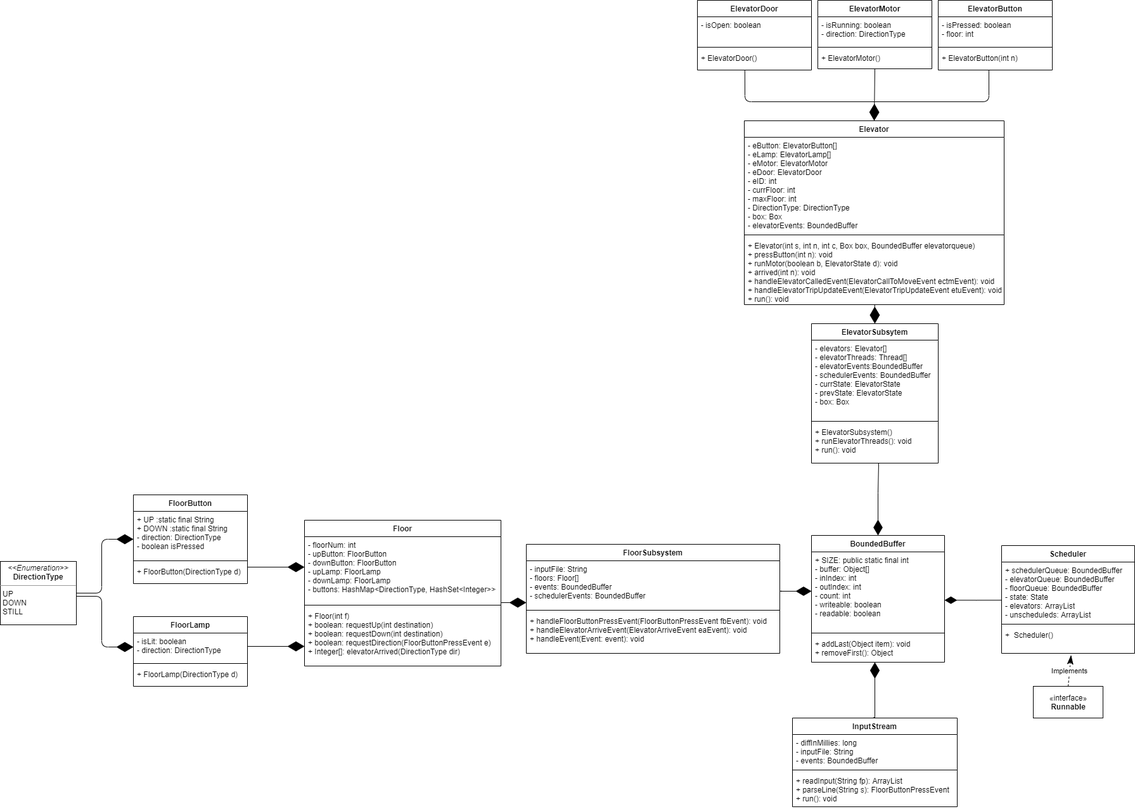
This is UML Diagrams/UML_Object_Diagram.png from martindmtrv/elevator-project, a draw.io export, as it was before one commit. Source tidied: cells renumbered, new cells last; positions are measured from the earlier drawing's top-left corner, leaving out a move shared by most shapes.
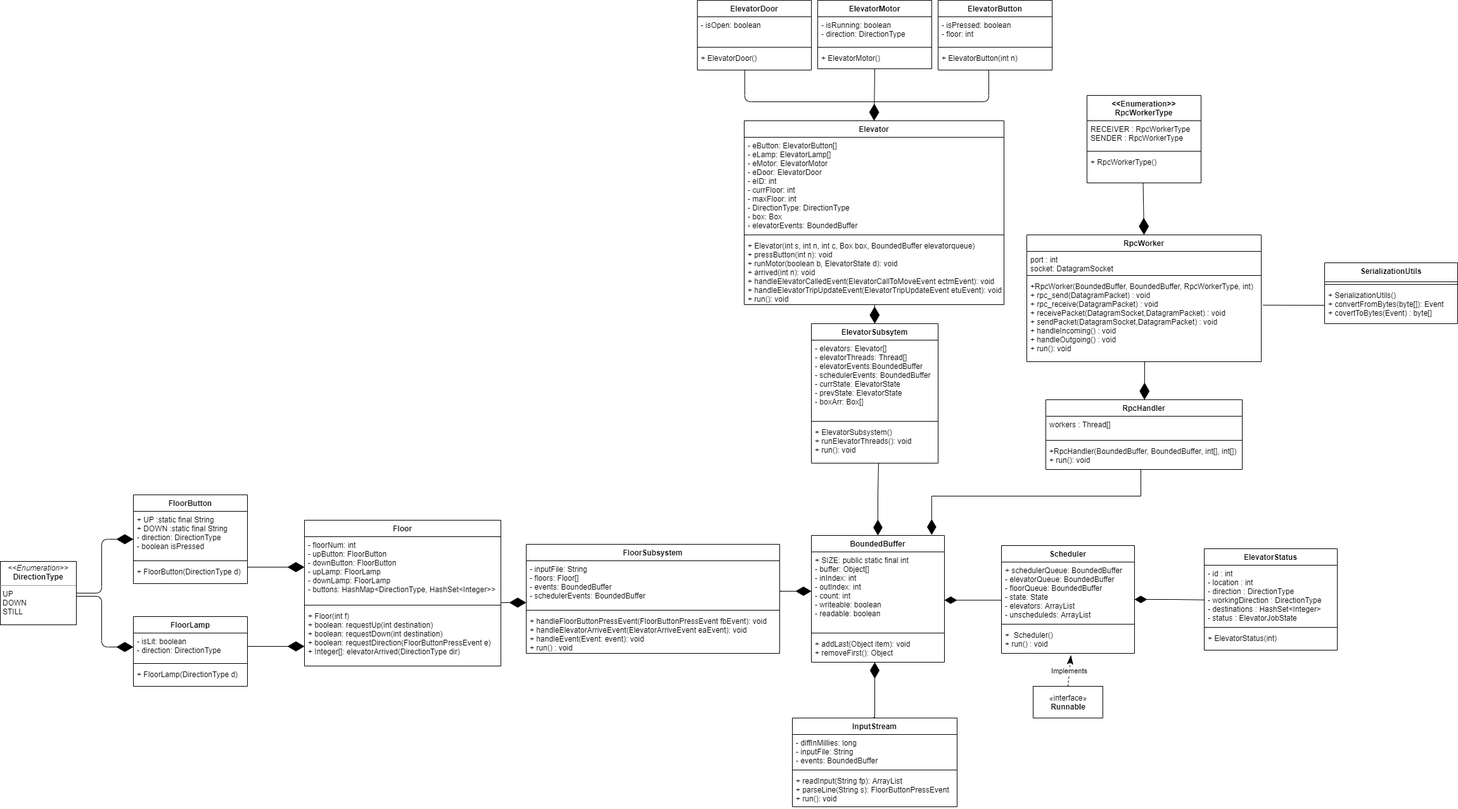
Above is the later version.

Commit message:
UML Class diagram

Change to the diagram source:
```diff
@@ -98,7 +98,7 @@
     <mxCell id="33" style="line;strokeWidth=1;fillColor=none;align=left;verticalAlign=middle;spacingTop=-1;spacingLeft=3;spacingRight=3;labelPosition=right;" parent="31" vertex="1">
       <mxGeometry y="120" width="210" height="8" as="geometry" />
     </mxCell>
-    <mxCell id="34" value="+  Scheduler()" style="text;strokeColor=none;fillColor=none;align=left;verticalAlign=top;spacingLeft=4;spacingRight=4;overflow=hidden;points=[[0,0.5],[1,0.5]];portConstraint=eastwest;" parent="31" vertex="1">
+    <mxCell id="34" value="+  Scheduler()&#10;+ run() : void" style="text;strokeColor=none;fillColor=none;align=left;verticalAlign=top;spacingLeft=4;spacingRight=4;overflow=hidden;points=[[0,0.5],[1,0.5]];portConstraint=eastwest;" parent="31" vertex="1">
       <mxGeometry y="128" width="210" height="42" as="geometry" />
     </mxCell>
     <mxCell id="35" value="«interface»&lt;br&gt;&lt;b&gt;Runnable&lt;/b&gt;" style="html=1;" parent="1" vertex="1">
@@ -178,7 +178,7 @@
     <mxCell id="50" value="ElevatorSubsytem" style="swimlane;fontStyle=1;align=center;verticalAlign=top;horizontal=1;startSize=26;" parent="1" vertex="1">
       <mxGeometry x="1280" y="510" width="200" height="220" as="geometry" />
     </mxCell>
-    <mxCell id="51" value="- elevators: Elevator[]&#10;- elevatorThreads: Thread[]&#10;- elevatorEvents:BoundedBuffer&#10;- schedulerEvents: BoundedBuffer&#10;- currState: ElevatorState&#10;- prevState: ElevatorState&#10;- box: Box" style="text;strokeColor=none;fillColor=none;align=left;verticalAlign=top;spacingLeft=4;spacingRight=4;overflow=hidden;" parent="50" vertex="1">
+    <mxCell id="51" value="- elevators: Elevator[]&#10;- elevatorThreads: Thread[]&#10;- elevatorEvents:BoundedBuffer&#10;- schedulerEvents: BoundedBuffer&#10;- currState: ElevatorState&#10;- prevState: ElevatorState&#10;- boxArr: Box[]" style="text;strokeColor=none;fillColor=none;align=left;verticalAlign=top;spacingLeft=4;spacingRight=4;overflow=hidden;" parent="50" vertex="1">
       <mxGeometry y="26" width="200" height="124" as="geometry" />
     </mxCell>
     <mxCell id="52" style="line;strokeWidth=1;fillColor=none;align=left;verticalAlign=middle;spacingTop=-1;spacingLeft=3;spacingRight=3;labelPosition=right;" parent="50" vertex="1">
@@ -202,7 +202,7 @@
     <mxCell id="57" style="line;strokeWidth=1;fillColor=none;align=left;verticalAlign=middle;spacingTop=-1;spacingLeft=3;spacingRight=3;labelPosition=right;" parent="54" vertex="1">
       <mxGeometry y="100" width="400" height="8" as="geometry" />
     </mxCell>
-    <mxCell id="58" value="+ handleFloorButtonPressEvent(FloorButtonPressEvent fbEvent): void&#10;+ handleElevatorArriveEvent(ElevatorArriveEvent eaEvent): void&#10;+ handleEvent(Event: event): void" style="text;strokeColor=none;fillColor=none;align=left;verticalAlign=top;spacingLeft=4;spacingRight=4;overflow=hidden;" parent="54" vertex="1">
+    <mxCell id="58" value="+ handleFloorButtonPressEvent(FloorButtonPressEvent fbEvent): void&#10;+ handleElevatorArriveEvent(ElevatorArriveEvent eaEvent): void&#10;+ handleEvent(Event: event): void&#10;+ run() : void" style="text;strokeColor=none;fillColor=none;align=left;verticalAlign=top;spacingLeft=4;spacingRight=4;overflow=hidden;" parent="54" vertex="1">
       <mxGeometry y="108" width="400" height="64" as="geometry" />
     </mxCell>
     <mxCell id="59" style="endArrow=diamondThin;endFill=1;endSize=24;html=1;entryX=0.5;entryY=0;entryDx=0;entryDy=0;exitX=0.502;exitY=0.999;exitDx=0;exitDy=0;exitPerimeter=0;" parent="1" edge="1" source="5" target="50">
@@ -232,5 +232,90 @@
     <mxCell id="65" value="+ readInput(String fp): ArrayList&#10;+ parseLine(String s): FloorButtonPressEvent&#10;+ run(): void" style="text;strokeColor=none;fillColor=none;align=left;verticalAlign=top;spacingLeft=4;spacingRight=4;overflow=hidden;" parent="62" vertex="1">
       <mxGeometry y="86" width="260" height="54" as="geometry" />
     </mxCell>
+    <mxCell id="66" value="RpcWorker" style="swimlane;fontStyle=1;align=center;verticalAlign=top;horizontal=1;startSize=26;" parent="1" vertex="1">
+      <mxGeometry x="1620" y="370" width="370" height="200" as="geometry" />
+    </mxCell>
+    <mxCell id="67" value="port : int&#10;socket: DatagramSocket" style="text;strokeColor=none;fillColor=none;align=left;verticalAlign=top;spacingLeft=4;spacingRight=4;overflow=hidden;" parent="66" vertex="1">
+      <mxGeometry y="26" width="370" height="34" as="geometry" />
+    </mxCell>
+    <mxCell id="68" style="line;strokeWidth=1;fillColor=none;align=left;verticalAlign=middle;spacingTop=-1;spacingLeft=3;spacingRight=3;labelPosition=right;" parent="66" vertex="1">
+      <mxGeometry y="60" width="370" height="8" as="geometry" />
+    </mxCell>
+    <mxCell id="69" value="+RpcWorker(BoundedBuffer, BoundedBuffer, RpcWorkerType, int)&#10;+ rpc_send(DatagramPacket) : void&#10;+ rpc_receive(DatagramPacket) : void&#10;+ receivePacket(DatagramSocket,DatagramPacket) : void&#10;+ sendPacket(DatagramSocket,DatagramPacket) : void&#10;+ handleIncoming() : void&#10;+ handleOutgoing() : void&#10;+ run(): void" style="text;strokeColor=none;fillColor=none;align=left;verticalAlign=top;spacingLeft=4;spacingRight=4;overflow=hidden;points=[[0,0.5],[1,0.5]];portConstraint=eastwest;" parent="66" vertex="1">
+      <mxGeometry y="68" width="370" height="132" as="geometry" />
+    </mxCell>
+    <mxCell id="70" value="&lt;&lt;Enumeration&gt;&gt;&#10;RpcWorkerType&#10;" style="swimlane;fontStyle=1;align=center;verticalAlign=top;horizontal=1;startSize=40;" parent="1" vertex="1">
+      <mxGeometry x="1715" y="150" width="180" height="138" as="geometry" />
+    </mxCell>
+    <mxCell id="71" value="RECEIVER : RpcWorkerType&#10;SENDER : RpcWorkerType" style="text;strokeColor=none;fillColor=none;align=left;verticalAlign=top;spacingLeft=4;spacingRight=4;overflow=hidden;" parent="70" vertex="1">
+      <mxGeometry y="40" width="180" height="44" as="geometry" />
+    </mxCell>
+    <mxCell id="72" style="line;strokeWidth=1;fillColor=none;align=left;verticalAlign=middle;spacingTop=-1;spacingLeft=3;spacingRight=3;labelPosition=right;" parent="70" vertex="1">
+      <mxGeometry y="84" width="180" height="8" as="geometry" />
+    </mxCell>
+    <mxCell id="73" value="+ RpcWorkerType()" style="text;strokeColor=none;fillColor=none;align=left;verticalAlign=top;spacingLeft=4;spacingRight=4;overflow=hidden;points=[[0,0.5],[1,0.5]];portConstraint=eastwest;" parent="70" vertex="1">
+      <mxGeometry y="92" width="180" height="46" as="geometry" />
+    </mxCell>
+    <mxCell id="74" value="RpcHandler" style="swimlane;fontStyle=1;align=center;verticalAlign=top;horizontal=1;startSize=26;" parent="1" vertex="1">
+      <mxGeometry x="1650" y="630" width="310" height="110" as="geometry" />
+    </mxCell>
+    <mxCell id="75" value="workers : Thread[]" style="text;strokeColor=none;fillColor=none;align=left;verticalAlign=top;spacingLeft=4;spacingRight=4;overflow=hidden;" parent="74" vertex="1">
+      <mxGeometry y="26" width="310" height="34" as="geometry" />
+    </mxCell>
+    <mxCell id="76" style="line;strokeWidth=1;fillColor=none;align=left;verticalAlign=middle;spacingTop=-1;spacingLeft=3;spacingRight=3;labelPosition=right;" parent="74" vertex="1">
+      <mxGeometry y="60" width="310" height="8" as="geometry" />
+    </mxCell>
+    <mxCell id="77" value="+RpcHandler(BoundedBuffer, BoundedBuffer, int[], int[])&#10;+ run(): void" style="text;strokeColor=none;fillColor=none;align=left;verticalAlign=top;spacingLeft=4;spacingRight=4;overflow=hidden;" parent="74" vertex="1">
+      <mxGeometry y="68" width="310" height="42" as="geometry" />
+    </mxCell>
+    <mxCell id="78" style="edgeStyle=orthogonalEdgeStyle;rounded=0;jettySize=auto;html=1;exitX=0.904;exitY=-0.004;exitDx=0;exitDy=0;startArrow=diamondThin;startFill=1;endArrow=none;endFill=0;startSize=22;exitPerimeter=0;" parent="1" edge="1" source="39">
+      <mxGeometry relative="1" as="geometry">
+        <mxPoint x="1800" y="740" as="targetPoint" />
+        <Array as="points">
+          <mxPoint x="1470" y="782" />
+          <mxPoint x="1800" y="782" />
+        </Array>
+      </mxGeometry>
+    </mxCell>
+    <mxCell id="79" style="endArrow=diamondThin;endFill=1;endSize=24;html=1;exitX=0.492;exitY=1.01;exitDx=0;exitDy=0;exitPerimeter=0;" parent="1" edge="1" source="73">
+      <mxGeometry relative="1" as="geometry">
+        <mxPoint x="1805" y="370" as="targetPoint" />
+      </mxGeometry>
+    </mxCell>
+    <mxCell id="80" style="endArrow=diamondThin;endFill=1;endSize=24;html=1;" parent="1" edge="1">
+      <mxGeometry relative="1" as="geometry">
+        <mxPoint x="1806" y="570" as="sourcePoint" />
+        <mxPoint x="1805.7" y="630" as="targetPoint" />
+      </mxGeometry>
+    </mxCell>
+    <mxCell id="81" value="ElevatorStatus" style="swimlane;fontStyle=1;align=center;verticalAlign=top;horizontal=1;startSize=26;" parent="1" vertex="1">
+      <mxGeometry x="1900" y="865" width="210" height="160" as="geometry" />
+    </mxCell>
+    <mxCell id="82" value="- id : int&#10;- location : int&#10;- direction : DirectionType&#10;- workingDirection : DirectionType&#10;- destinations : HashSet&lt;Integer&gt;&#10;- status : ElevatorJobState&#10;" style="text;strokeColor=none;fillColor=none;align=left;verticalAlign=top;spacingLeft=4;spacingRight=4;overflow=hidden;points=[[0,0.5],[1,0.5]];portConstraint=eastwest;" parent="81" vertex="1">
+      <mxGeometry y="26" width="210" height="94" as="geometry" />
+    </mxCell>
+    <mxCell id="83" style="line;strokeWidth=1;fillColor=none;align=left;verticalAlign=middle;spacingTop=-1;spacingLeft=3;spacingRight=3;labelPosition=right;" parent="81" vertex="1">
+      <mxGeometry y="120" width="210" height="8" as="geometry" />
+    </mxCell>
+    <mxCell id="84" value="+ ElevatorStatus(int)&#10;" style="text;strokeColor=none;fillColor=none;align=left;verticalAlign=top;spacingLeft=4;spacingRight=4;overflow=hidden;" parent="81" vertex="1">
+      <mxGeometry y="128" width="210" height="32" as="geometry" />
+    </mxCell>
+    <mxCell id="85" style="edgeStyle=orthogonalEdgeStyle;rounded=0;jettySize=auto;html=1;exitX=1;exitY=0.614;exitDx=0;exitDy=0;entryX=-0.003;entryY=0.582;entryDx=0;entryDy=0;entryPerimeter=0;startArrow=diamondThin;startFill=1;endArrow=none;endFill=0;exitPerimeter=0;endSize=9;startSize=17;" parent="1" edge="1" target="82">
+      <mxGeometry relative="1" as="geometry">
+        <mxPoint x="1790" y="945" as="sourcePoint" />
+      </mxGeometry>
+    </mxCell>
+    <mxCell id="86" value="SerializationUtils" style="swimlane;fontStyle=1;align=center;verticalAlign=top;horizontal=1;startSize=30;" parent="1" vertex="1">
+      <mxGeometry x="2090" y="414" width="210" height="96" as="geometry" />
+    </mxCell>
+    <mxCell id="87" style="line;strokeWidth=1;fillColor=none;align=left;verticalAlign=middle;spacingTop=-1;spacingLeft=3;spacingRight=3;labelPosition=right;" parent="86" vertex="1">
+      <mxGeometry y="30" width="210" height="8" as="geometry" />
+    </mxCell>
+    <mxCell id="88" value="+ SerializationUtils()&#10;+ convertFromBytes(byte[]): Event&#10;+ covertToBytes(Event) : byte[]" style="text;strokeColor=none;fillColor=none;align=left;verticalAlign=top;spacingLeft=4;spacingRight=4;overflow=hidden;points=[[0,0.5],[1,0.5]];portConstraint=eastwest;" parent="86" vertex="1">
+      <mxGeometry y="38" width="210" height="58" as="geometry" />
+    </mxCell>
+    <mxCell id="89" style="endArrow=none;html=1;entryX=0;entryY=0.5;entryDx=0;entryDy=0;exitX=1.007;exitY=0.324;exitDx=0;exitDy=0;exitPerimeter=0;" parent="1" edge="1" source="69" target="88">
+      <mxGeometry relative="1" as="geometry" />
+    </mxCell>
   </root>
 </mxGraphModel>
```
